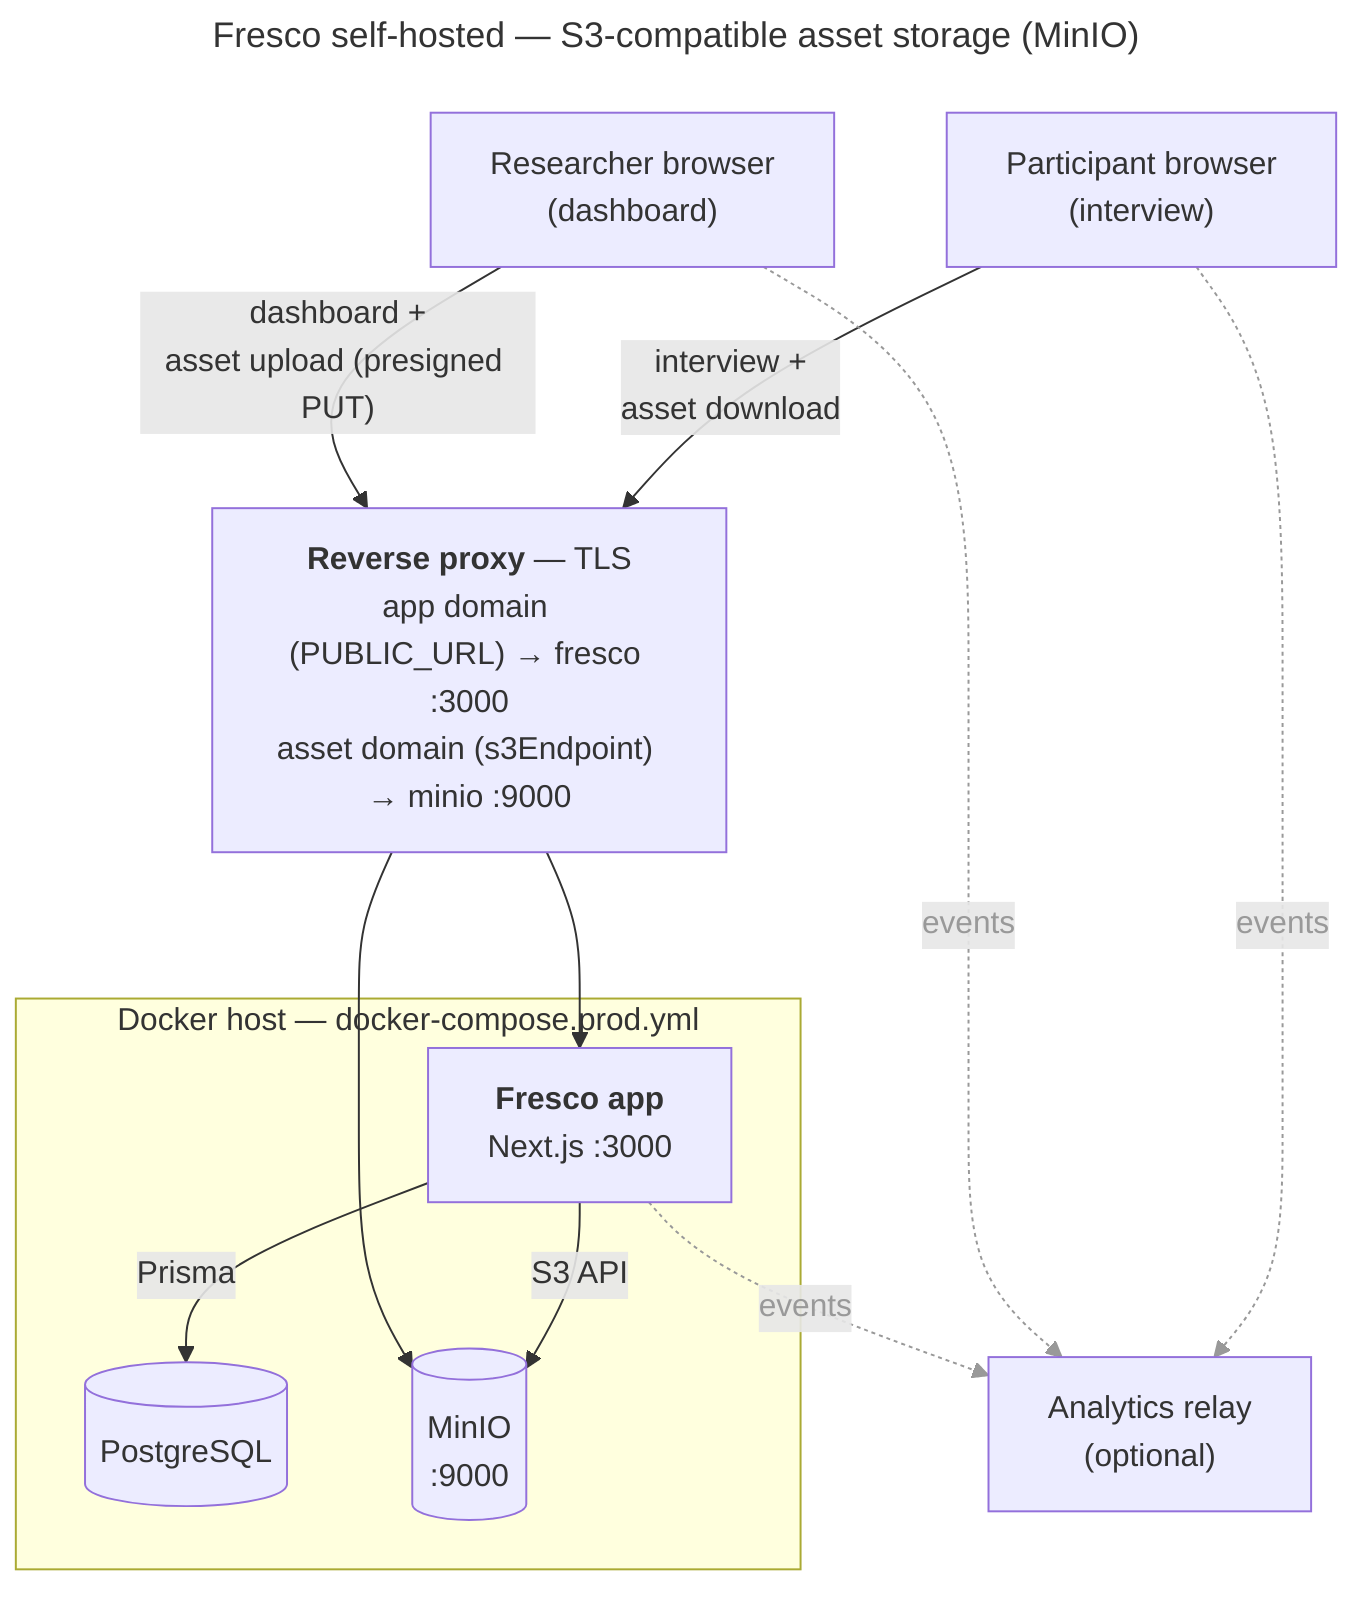
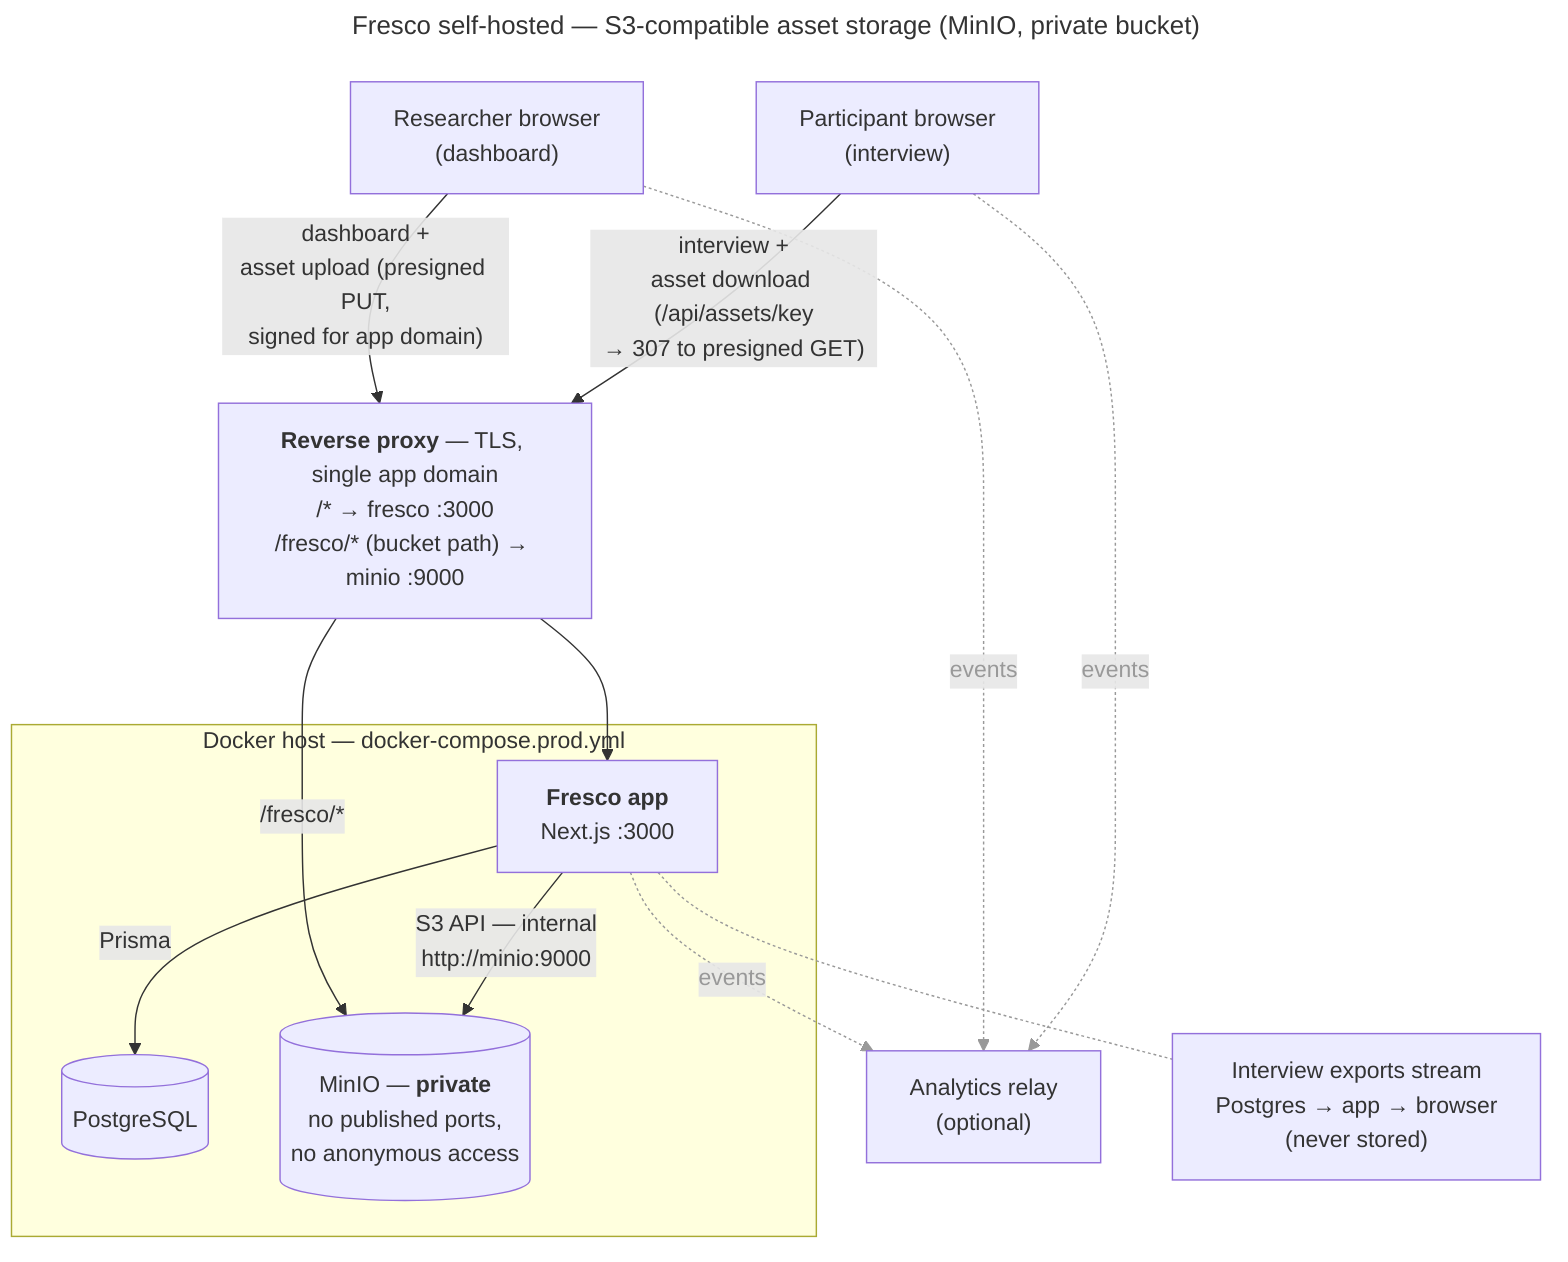
---
- title: "Fresco self-hosted — S3-compatible asset storage (MinIO)"
+ title: "Fresco self-hosted — S3-compatible asset storage (MinIO, private bucket)"
---
flowchart TB
    admin["Researcher browser<br/>(dashboard)"]
    participant["Participant browser<br/>(interview)"]

-     proxy["<b>Reverse proxy</b> — TLS<br/>app domain (PUBLIC_URL) → fresco :3000<br/>asset domain (s3Endpoint) → minio :9000"]
+     proxy["<b>Reverse proxy</b> — TLS, single app domain<br/>/* → fresco :3000<br/>/fresco/* (bucket path) → minio :9000"]

    subgraph host["Docker host — docker-compose.prod.yml"]
        fresco["<b>Fresco app</b><br/>Next.js :3000"]
        postgres[("PostgreSQL")]
-         minio[("MinIO<br/>:9000")]
+         minio[("MinIO — <b>private</b><br/>no published ports,<br/>no anonymous access")]
    end

    ph["Analytics relay<br/>(optional)"]
+     exports["Interview exports stream<br/>Postgres → app → browser<br/>(never stored)"]

-     admin -->|"dashboard +<br/>asset upload (presigned PUT)"| proxy
-     participant -->|"interview +<br/>asset download"| proxy
+     admin -->|"dashboard +<br/>asset upload (presigned PUT,<br/>signed for app domain)"| proxy
+     participant -->|"interview +<br/>asset download (/api/assets/key<br/>→ 307 to presigned GET)"| proxy
    proxy --> fresco
-     proxy --> minio
+     proxy -->|"/fresco/*"| minio
    fresco -->|"Prisma"| postgres
-     fresco -->|"S3 API"| minio
+     fresco -->|"S3 API — internal<br/>http://minio:9000"| minio
    admin -.->|"events"| ph
    participant -.->|"events"| ph
    fresco -.->|"events"| ph
+     fresco -.- exports

-     linkStyle 6,7,8 stroke:#999,color:#999
+     linkStyle 6,7,8,9 stroke:#999,color:#999
